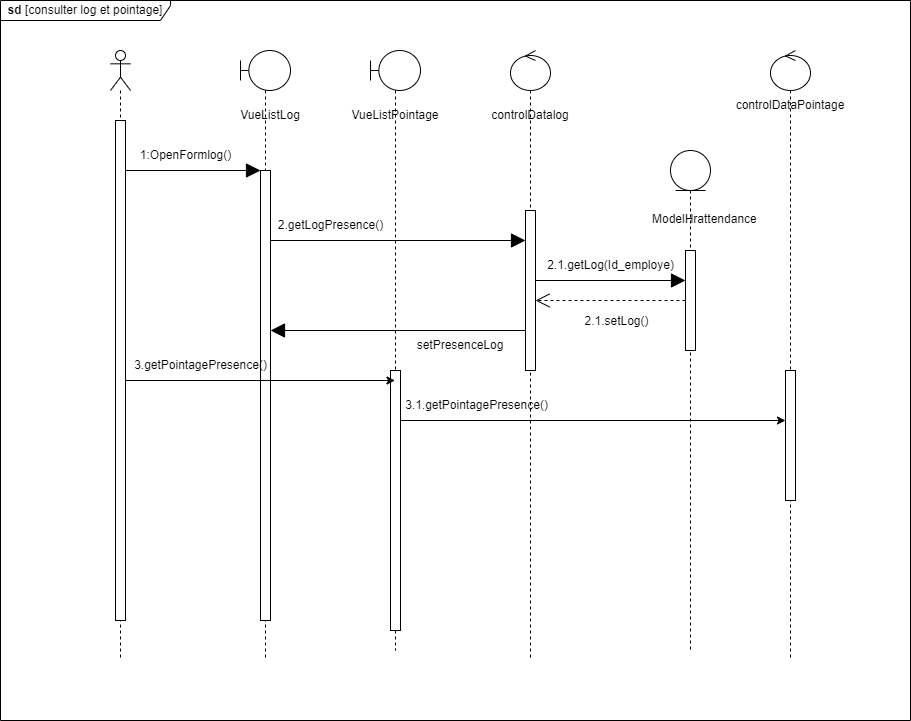
This is static/Diagramme des séquences conceptuel  log et pointage .drawio.png from Siluearsene/borne_biometrique, a draw.io export, as it was before one commit. Source tidied: cells renumbered, new cells last; positions are measured from the earlier drawing's top-left corner, leaving out a move shared by most shapes. The source it was exported from:
```xml
<mxGraphModel>
  <root>
    <mxCell id="0" />
    <mxCell id="1" parent="0" />
    <mxCell id="2" style="shape=umlLifeline;perimeter=lifelinePerimeter;whiteSpace=wrap;html=1;newEdgeStyle={&quot;edgeStyle&quot;:&quot;elbowEdgeStyle&quot;,&quot;elbow&quot;:&quot;vertical&quot;,&quot;curved&quot;:0,&quot;rounded&quot;:0};participant=umlBoundary;size=40;" parent="1" vertex="1">
      <mxGeometry x="240" y="50" width="50" height="610" as="geometry" />
    </mxCell>
    <mxCell id="3" style="html=1;perimeter=orthogonalPerimeter;targetShapes=umlLifeline;newEdgeStyle={&quot;edgeStyle&quot;:&quot;elbowEdgeStyle&quot;,&quot;elbow&quot;:&quot;vertical&quot;,&quot;curved&quot;:0,&quot;rounded&quot;:0};" parent="2" vertex="1">
      <mxGeometry x="20" y="120" width="10" height="450" as="geometry" />
    </mxCell>
    <mxCell id="4" style="shape=umlLifeline;perimeter=lifelinePerimeter;whiteSpace=wrap;html=1;newEdgeStyle={&quot;edgeStyle&quot;:&quot;elbowEdgeStyle&quot;,&quot;elbow&quot;:&quot;vertical&quot;,&quot;curved&quot;:0,&quot;rounded&quot;:0};participant=umlEntity;" parent="1" vertex="1">
      <mxGeometry x="670" y="150" width="40" height="500" as="geometry" />
    </mxCell>
    <mxCell id="5" style="shape=umlLifeline;perimeter=lifelinePerimeter;whiteSpace=wrap;html=1;newEdgeStyle={&quot;edgeStyle&quot;:&quot;elbowEdgeStyle&quot;,&quot;elbow&quot;:&quot;vertical&quot;,&quot;curved&quot;:0,&quot;rounded&quot;:0};participant=umlActor;" parent="1" vertex="1">
      <mxGeometry x="110" y="50" width="20" height="610" as="geometry" />
    </mxCell>
    <mxCell id="6" style="html=1;points=[];perimeter=orthogonalPerimeter;outlineConnect=0;targetShapes=umlLifeline;portConstraint=eastwest;newEdgeStyle={&quot;edgeStyle&quot;:&quot;elbowEdgeStyle&quot;,&quot;elbow&quot;:&quot;vertical&quot;,&quot;curved&quot;:0,&quot;rounded&quot;:0};" parent="5" vertex="1">
      <mxGeometry x="5" y="70" width="10" height="500" as="geometry" />
    </mxCell>
    <mxCell id="7" style="shape=umlLifeline;perimeter=lifelinePerimeter;whiteSpace=wrap;html=1;newEdgeStyle={&quot;edgeStyle&quot;:&quot;elbowEdgeStyle&quot;,&quot;elbow&quot;:&quot;vertical&quot;,&quot;curved&quot;:0,&quot;rounded&quot;:0};participant=umlControl;" parent="1" vertex="1">
      <mxGeometry x="510" y="50" width="40" height="610" as="geometry" />
    </mxCell>
    <mxCell id="8" style="shape=umlLifeline;perimeter=lifelinePerimeter;whiteSpace=wrap;html=1;newEdgeStyle={&quot;edgeStyle&quot;:&quot;elbowEdgeStyle&quot;,&quot;elbow&quot;:&quot;vertical&quot;,&quot;curved&quot;:0,&quot;rounded&quot;:0};participant=umlControl;" parent="1" vertex="1">
      <mxGeometry x="770" y="50" width="40" height="610" as="geometry" />
    </mxCell>
    <mxCell id="9" style="endArrow=block;endFill=1;endSize=12;html=1;rounded=0;" parent="1" edge="1" source="6">
      <mxGeometry relative="1" as="geometry">
        <mxPoint x="260" y="170" as="targetPoint" />
      </mxGeometry>
    </mxCell>
    <mxCell id="10" value="1:OpenFormlog()" style="text;html=1;align=center;verticalAlign=middle;strokeColor=none;fillColor=none;" parent="1" vertex="1">
      <mxGeometry x="130" y="140" width="110" height="30" as="geometry" />
    </mxCell>
    <mxCell id="11" value="&lt;b&gt;sd&lt;/b&gt; [consulter log et pointage]" style="shape=umlFrame;whiteSpace=wrap;html=1;width=170;height=20;" parent="1" vertex="1">
      <mxGeometry width="910" height="720" as="geometry" />
    </mxCell>
    <mxCell id="12" value="VueListLog" style="text;html=1;strokeColor=none;fillColor=none;align=center;verticalAlign=middle;whiteSpace=wrap;rounded=0;" parent="1" vertex="1">
      <mxGeometry x="240" y="100" width="60" height="30" as="geometry" />
    </mxCell>
    <mxCell id="13" style="shape=umlLifeline;perimeter=lifelinePerimeter;whiteSpace=wrap;html=1;newEdgeStyle={&quot;edgeStyle&quot;:&quot;elbowEdgeStyle&quot;,&quot;elbow&quot;:&quot;vertical&quot;,&quot;curved&quot;:0,&quot;rounded&quot;:0};participant=umlBoundary;size=40;" parent="1" vertex="1">
      <mxGeometry x="370" y="50" width="50" height="600" as="geometry" />
    </mxCell>
    <mxCell id="14" style="html=1;points=[];perimeter=orthogonalPerimeter;outlineConnect=0;targetShapes=umlLifeline;portConstraint=eastwest;newEdgeStyle={&quot;edgeStyle&quot;:&quot;elbowEdgeStyle&quot;,&quot;elbow&quot;:&quot;vertical&quot;,&quot;curved&quot;:0,&quot;rounded&quot;:0};" parent="13" vertex="1">
      <mxGeometry x="20" y="320" width="10" height="260" as="geometry" />
    </mxCell>
    <mxCell id="15" value="VueListPointage" style="text;html=1;strokeColor=none;fillColor=none;align=center;verticalAlign=middle;whiteSpace=wrap;rounded=0;" parent="1" vertex="1">
      <mxGeometry x="365" y="100" width="60" height="30" as="geometry" />
    </mxCell>
    <mxCell id="16" value="controlDatalog" style="text;html=1;strokeColor=none;fillColor=none;align=center;verticalAlign=middle;whiteSpace=wrap;rounded=0;" parent="1" vertex="1">
      <mxGeometry x="500" y="100" width="60" height="30" as="geometry" />
    </mxCell>
    <mxCell id="17" style="html=1;points=[];perimeter=orthogonalPerimeter;outlineConnect=0;targetShapes=umlLifeline;portConstraint=eastwest;newEdgeStyle={&quot;edgeStyle&quot;:&quot;elbowEdgeStyle&quot;,&quot;elbow&quot;:&quot;vertical&quot;,&quot;curved&quot;:0,&quot;rounded&quot;:0};" parent="1" vertex="1">
      <mxGeometry x="525" y="210" width="10" height="160" as="geometry" />
    </mxCell>
    <mxCell id="18" value="controlDataPointage" style="text;html=1;strokeColor=none;fillColor=none;align=center;verticalAlign=middle;whiteSpace=wrap;rounded=0;" parent="1" vertex="1">
      <mxGeometry x="760" y="90" width="60" height="30" as="geometry" />
    </mxCell>
    <mxCell id="19" style="endArrow=block;endFill=1;endSize=12;html=1;rounded=0;" parent="1" edge="1" target="17">
      <mxGeometry relative="1" as="geometry">
        <mxPoint x="270" y="240" as="sourcePoint" />
      </mxGeometry>
    </mxCell>
    <mxCell id="20" value="2.getLogPresence()" style="text;html=1;align=center;verticalAlign=middle;strokeColor=none;fillColor=none;" parent="1" vertex="1">
      <mxGeometry x="265" y="210" width="130" height="30" as="geometry" />
    </mxCell>
    <mxCell id="21" value="2.1.getLog(Id_employe)" style="text;html=1;align=center;verticalAlign=middle;strokeColor=none;fillColor=none;" parent="1" vertex="1">
      <mxGeometry x="535" y="250" width="150" height="30" as="geometry" />
    </mxCell>
    <mxCell id="22" style="endArrow=block;endFill=1;endSize=12;html=1;rounded=0;" parent="1" edge="1">
      <mxGeometry relative="1" as="geometry">
        <mxPoint x="535" y="280" as="sourcePoint" />
        <mxPoint x="685" y="280" as="targetPoint" />
      </mxGeometry>
    </mxCell>
    <mxCell id="23" style="html=1;points=[];perimeter=orthogonalPerimeter;outlineConnect=0;targetShapes=umlLifeline;portConstraint=eastwest;newEdgeStyle={&quot;edgeStyle&quot;:&quot;elbowEdgeStyle&quot;,&quot;elbow&quot;:&quot;vertical&quot;,&quot;curved&quot;:0,&quot;rounded&quot;:0};" parent="1" vertex="1">
      <mxGeometry x="685" y="250" width="10" height="100" as="geometry" />
    </mxCell>
    <mxCell id="24" style="endArrow=open;dashed=1;endFill=0;endSize=12;html=1;rounded=0;" parent="1" edge="1" source="23" target="17">
      <mxGeometry relative="1" as="geometry" />
    </mxCell>
    <mxCell id="25" value="&lt;font style=&quot;font-size: 12px;&quot;&gt;2.1.setLog()&lt;/font&gt;" style="edgeLabel;html=1;align=center;verticalAlign=middle;" parent="24" vertex="1">
      <mxGeometry x="0.04" y="5" relative="1" as="geometry">
        <mxPoint x="8" y="15" as="offset" />
      </mxGeometry>
    </mxCell>
    <mxCell id="26" style="endArrow=block;endFill=1;endSize=12;html=1;rounded=0;" parent="1" edge="1">
      <mxGeometry relative="1" as="geometry">
        <mxPoint x="525" y="330" as="sourcePoint" />
        <mxPoint x="270" y="330" as="targetPoint" />
      </mxGeometry>
    </mxCell>
    <mxCell id="27" value="setPresenceLog" style="text;html=1;strokeColor=none;fillColor=none;align=center;verticalAlign=middle;whiteSpace=wrap;rounded=0;" parent="1" vertex="1">
      <mxGeometry x="430" y="330" width="60" height="30" as="geometry" />
    </mxCell>
    <mxCell id="28" value="&lt;div style=&quot;text-align: center;&quot;&gt;&lt;span style=&quot;background-color: initial;&quot;&gt;ModelHrattendance&lt;/span&gt;&lt;/div&gt;" style="text;whiteSpace=wrap;html=1;" parent="1" vertex="1">
      <mxGeometry x="650" y="205" width="100" height="25" as="geometry" />
    </mxCell>
    <mxCell id="29" style="endArrow=classic;html=1;rounded=0;" parent="1" edge="1">
      <mxGeometry relative="1" as="geometry">
        <mxPoint x="125" y="380" as="sourcePoint" />
        <mxPoint x="394.5" y="380" as="targetPoint" />
      </mxGeometry>
    </mxCell>
    <mxCell id="30" value="3.getPointagePresence()" style="text;html=1;align=center;verticalAlign=middle;strokeColor=none;fillColor=none;" parent="1" vertex="1">
      <mxGeometry x="120" y="350" width="160" height="30" as="geometry" />
    </mxCell>
    <mxCell id="31" style="html=1;points=[];perimeter=orthogonalPerimeter;outlineConnect=0;targetShapes=umlLifeline;portConstraint=eastwest;newEdgeStyle={&quot;edgeStyle&quot;:&quot;elbowEdgeStyle&quot;,&quot;elbow&quot;:&quot;vertical&quot;,&quot;curved&quot;:0,&quot;rounded&quot;:0};" parent="1" vertex="1">
      <mxGeometry x="785" y="370" width="10" height="130" as="geometry" />
    </mxCell>
    <mxCell id="32" style="endArrow=classic;html=1;rounded=0;" parent="1" edge="1" target="31">
      <mxGeometry relative="1" as="geometry">
        <mxPoint x="400.5" y="420" as="sourcePoint" />
      </mxGeometry>
    </mxCell>
    <mxCell id="33" value="3.1.getPointagePresence()" style="text;html=1;align=center;verticalAlign=middle;strokeColor=none;fillColor=none;" parent="1" vertex="1">
      <mxGeometry x="390.5" y="390" width="170" height="30" as="geometry" />
    </mxCell>
  </root>
</mxGraphModel>
```
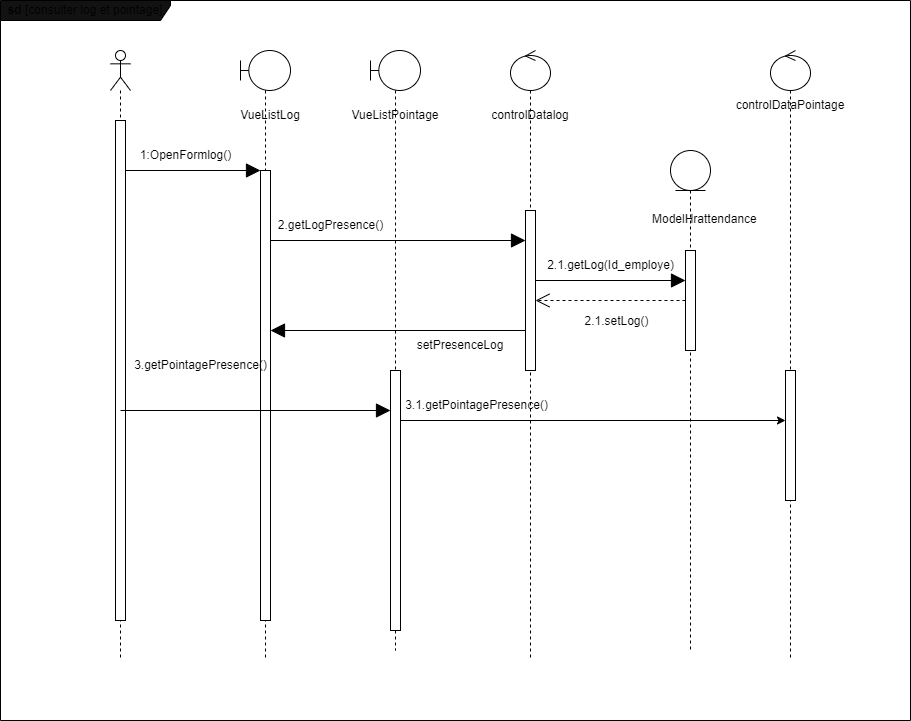
The same diagram one commit later.

Commit message:
Mettre à jour Diagramme des séquences conceptuel  log et pointage .drawio.png

The edit, as a diff of the source:
```diff
@@ -31,7 +31,7 @@
     <mxCell id="10" value="1:OpenFormlog()" style="text;html=1;align=center;verticalAlign=middle;strokeColor=none;fillColor=none;" parent="1" vertex="1">
       <mxGeometry x="130" y="140" width="110" height="30" as="geometry" />
     </mxCell>
-    <mxCell id="11" value="&lt;b&gt;sd&lt;/b&gt; [consulter log et pointage]" style="shape=umlFrame;whiteSpace=wrap;html=1;width=170;height=20;" parent="1" vertex="1">
+    <mxCell id="11" value="&lt;b&gt;sd&lt;/b&gt; [consulter log et pointage]" style="shape=umlFrame;whiteSpace=wrap;html=1;width=170;height=20;fillColor=#121212;" parent="1" vertex="1">
       <mxGeometry width="910" height="720" as="geometry" />
     </mxCell>
     <mxCell id="12" value="VueListLog" style="text;html=1;strokeColor=none;fillColor=none;align=center;verticalAlign=middle;whiteSpace=wrap;rounded=0;" parent="1" vertex="1">
@@ -95,12 +95,6 @@
     <mxCell id="28" value="&lt;div style=&quot;text-align: center;&quot;&gt;&lt;span style=&quot;background-color: initial;&quot;&gt;ModelHrattendance&lt;/span&gt;&lt;/div&gt;" style="text;whiteSpace=wrap;html=1;" parent="1" vertex="1">
       <mxGeometry x="650" y="205" width="100" height="25" as="geometry" />
     </mxCell>
-    <mxCell id="29" style="endArrow=classic;html=1;rounded=0;" parent="1" edge="1">
-      <mxGeometry relative="1" as="geometry">
-        <mxPoint x="125" y="380" as="sourcePoint" />
-        <mxPoint x="394.5" y="380" as="targetPoint" />
-      </mxGeometry>
-    </mxCell>
     <mxCell id="30" value="3.getPointagePresence()" style="text;html=1;align=center;verticalAlign=middle;strokeColor=none;fillColor=none;" parent="1" vertex="1">
       <mxGeometry x="120" y="350" width="160" height="30" as="geometry" />
     </mxCell>
@@ -115,5 +109,10 @@
     <mxCell id="33" value="3.1.getPointagePresence()" style="text;html=1;align=center;verticalAlign=middle;strokeColor=none;fillColor=none;" parent="1" vertex="1">
       <mxGeometry x="390.5" y="390" width="170" height="30" as="geometry" />
     </mxCell>
+    <mxCell id="34" style="endArrow=block;endFill=1;endSize=12;html=1;rounded=0;" parent="1" edge="1" target="14">
+      <mxGeometry relative="1" as="geometry">
+        <mxPoint x="120" y="410" as="sourcePoint" />
+      </mxGeometry>
+    </mxCell>
   </root>
 </mxGraphModel>
```
